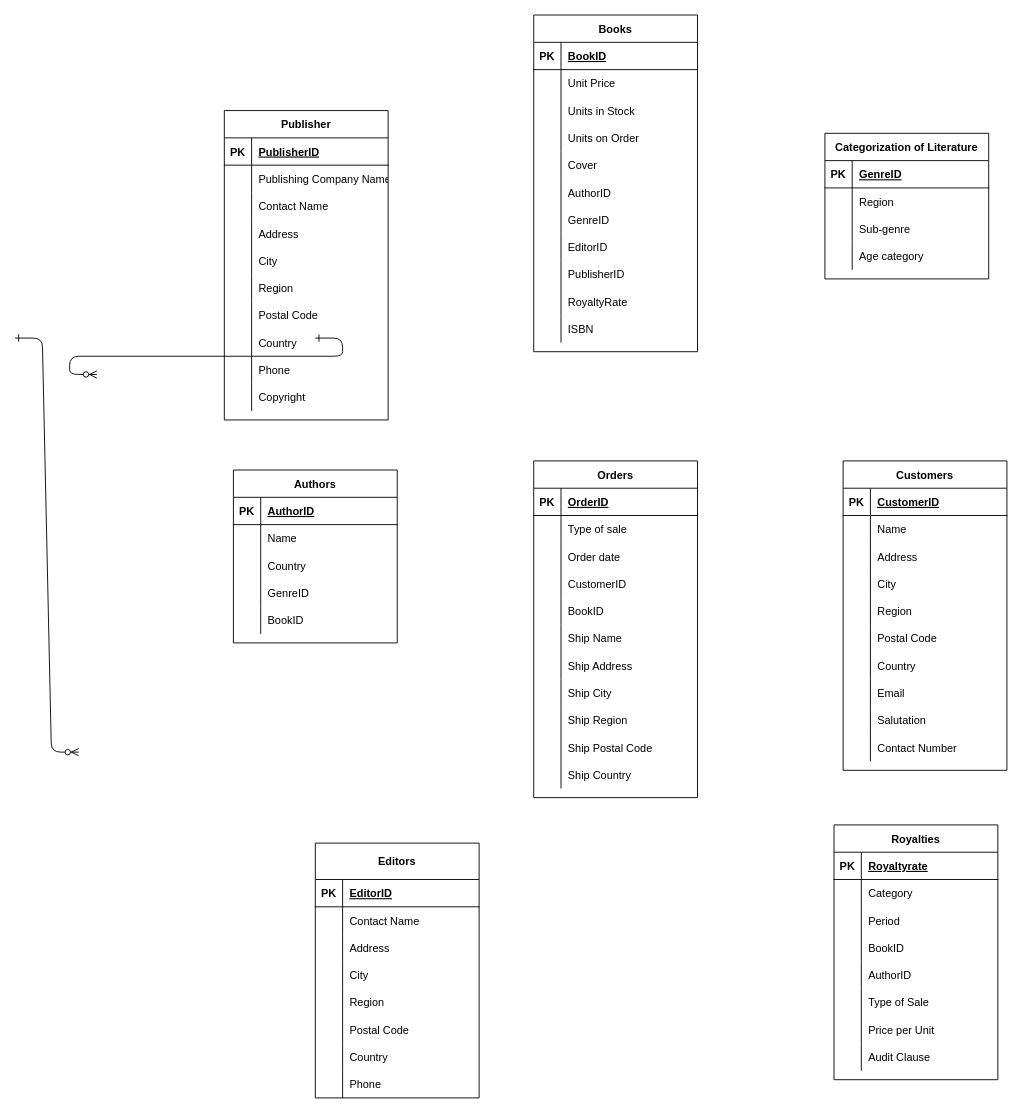
Above: Untitled Diagram.drawio in gabrielatorres7/hw-db-book-biz (draw.io), before the change. Source tidied: cells renumbered, new cells numbered last; positions are measured from the earlier drawing's top-left corner, leaving out a move shared by most shapes. Both pictures are drawn from the tidied source at 91%, with x=0, y=0 at pixel (15, 15).
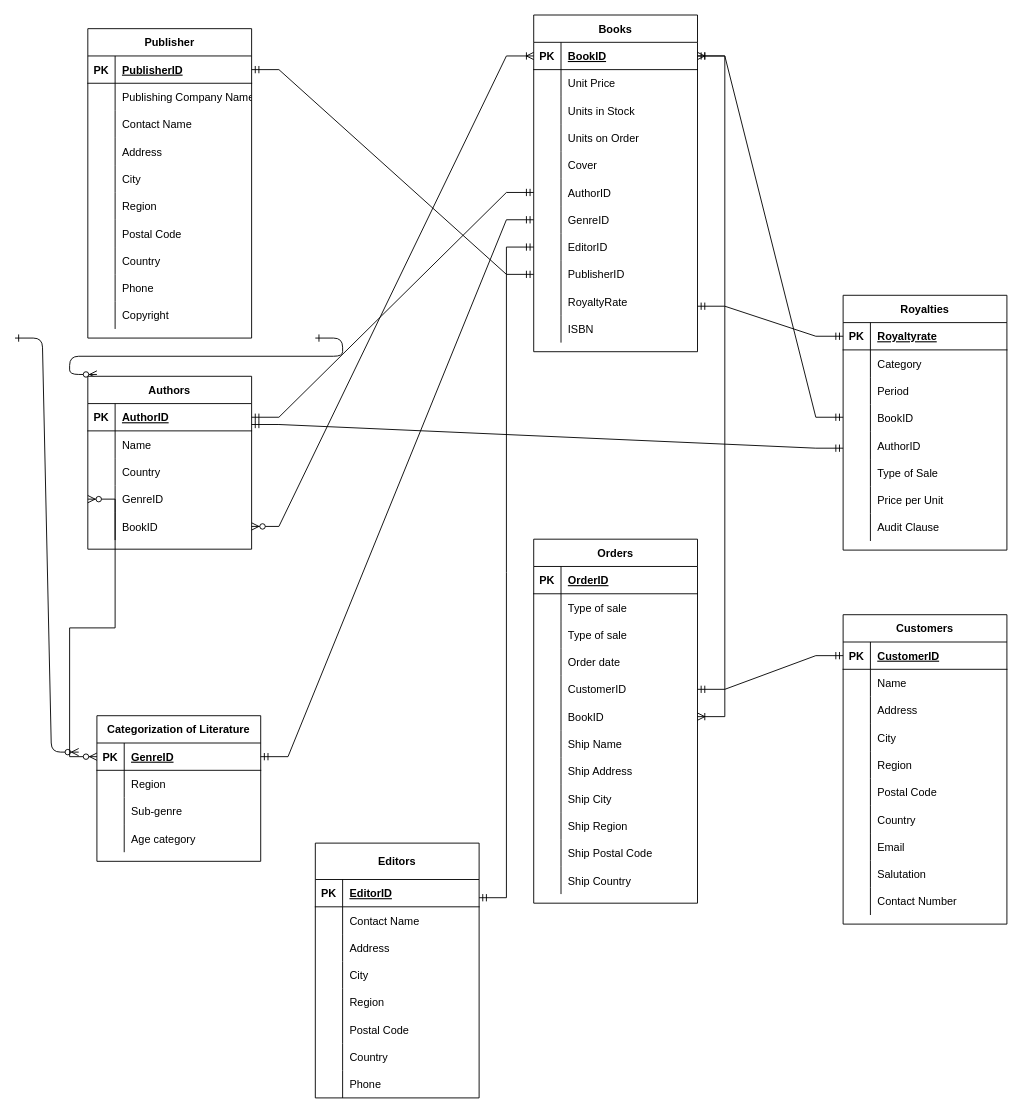
Above is the later version.

Commit message (it also covers changes not shown here):
Book Industry

Unchanged cells that the change refers to:
```xml
<mxCell id="5" style="shape=tableRow;horizontal=0;startSize=0;swimlaneHead=0;swimlaneBody=0;fillColor=none;points=[[0,0.5],[1,0.5]];portConstraint=eastwest;top=0;left=0;right=0;bottom=1;" parent="4" vertex="1">
  <mxGeometry y="30" width="180" height="30" as="geometry" />
</mxCell>
<mxCell id="36" style="shape=tableRow;horizontal=0;startSize=0;swimlaneHead=0;swimlaneBody=0;fillColor=none;points=[[0,0.5],[1,0.5]];portConstraint=eastwest;top=0;left=0;right=0;bottom=1;" parent="35" vertex="1">
  <mxGeometry y="30" width="180" height="30" as="geometry" />
</mxCell>
<mxCell id="51" style="shape=tableRow;horizontal=0;startSize=0;swimlaneHead=0;swimlaneBody=0;fillColor=none;points=[[0,0.5],[1,0.5]];portConstraint=eastwest;top=0;left=0;right=0;bottom=0;" parent="35" vertex="1">
  <mxGeometry y="180" width="180" height="30" as="geometry" />
</mxCell>
<mxCell id="54" style="shape=tableRow;horizontal=0;startSize=0;swimlaneHead=0;swimlaneBody=0;fillColor=none;points=[[0,0.5],[1,0.5]];portConstraint=eastwest;top=0;left=0;right=0;bottom=0;" parent="35" vertex="1">
  <mxGeometry y="210" width="180" height="30" as="geometry" />
</mxCell>
<mxCell id="57" style="shape=tableRow;horizontal=0;startSize=0;swimlaneHead=0;swimlaneBody=0;fillColor=none;points=[[0,0.5],[1,0.5]];portConstraint=eastwest;top=0;left=0;right=0;bottom=0;" parent="35" vertex="1">
  <mxGeometry y="240" width="180" height="30" as="geometry" />
</mxCell>
<mxCell id="60" style="shape=tableRow;horizontal=0;startSize=0;swimlaneHead=0;swimlaneBody=0;fillColor=none;points=[[0,0.5],[1,0.5]];portConstraint=eastwest;top=0;left=0;right=0;bottom=0;" parent="35" vertex="1">
  <mxGeometry y="270" width="180" height="30" as="geometry" />
</mxCell>
<mxCell id="70" style="shape=tableRow;horizontal=0;startSize=0;swimlaneHead=0;swimlaneBody=0;fillColor=none;points=[[0,0.5],[1,0.5]];portConstraint=eastwest;top=0;left=0;right=0;bottom=1;" parent="69" vertex="1">
  <mxGeometry y="30" width="180" height="30" as="geometry" />
</mxCell>
<mxCell id="101" style="shape=tableRow;horizontal=0;startSize=0;swimlaneHead=0;swimlaneBody=0;fillColor=none;points=[[0,0.5],[1,0.5]];portConstraint=eastwest;top=0;left=0;right=0;bottom=1;" parent="100" vertex="1">
  <mxGeometry y="30" width="180" height="30" as="geometry" />
</mxCell>
<mxCell id="110" style="shape=tableRow;horizontal=0;startSize=0;swimlaneHead=0;swimlaneBody=0;fillColor=none;points=[[0,0.5],[1,0.5]];portConstraint=eastwest;top=0;left=0;right=0;bottom=0;" parent="100" vertex="1">
  <mxGeometry y="120" width="180" height="30" as="geometry" />
</mxCell>
<mxCell id="113" style="shape=tableRow;horizontal=0;startSize=0;swimlaneHead=0;swimlaneBody=0;fillColor=none;points=[[0,0.5],[1,0.5]];portConstraint=eastwest;top=0;left=0;right=0;bottom=0;" parent="100" vertex="1">
  <mxGeometry y="150" width="180" height="30" as="geometry" />
</mxCell>
<mxCell id="151" style="shape=tableRow;horizontal=0;startSize=0;swimlaneHead=0;swimlaneBody=0;fillColor=none;points=[[0,0.5],[1,0.5]];portConstraint=eastwest;top=0;left=0;right=0;bottom=1;" parent="150" vertex="1">
  <mxGeometry y="30" width="180" height="30" as="geometry" />
</mxCell>
<mxCell id="189" style="shape=tableRow;horizontal=0;startSize=0;swimlaneHead=0;swimlaneBody=0;fillColor=none;points=[[0,0.5],[1,0.5]];portConstraint=eastwest;top=0;left=0;right=0;bottom=1;" parent="188" vertex="1">
  <mxGeometry y="30" width="180" height="30" as="geometry" />
</mxCell>
```

Change to the diagram source:
```diff
@@
     <mxCell id="4" value="Customers" style="shape=table;startSize=30;childLayout=tableLayout;rowLines=0;fontStyle=1;align=center;" parent="1" vertex="1">
-      <mxGeometry x="910" y="490" width="180" height="340" as="geometry" />
+      <mxGeometry x="910" y="659" width="180" height="340" as="geometry" />
     </mxCell>
@@
     <mxCell id="69" value="Publisher" style="shape=table;startSize=30;childLayout=tableLayout;rowLines=0;fontStyle=1;align=center;" parent="1" vertex="1">
-      <mxGeometry x="230" y="105" width="180" height="340" as="geometry" />
+      <mxGeometry x="80" y="15" width="180" height="340" as="geometry" />
     </mxCell>
@@
     <mxCell id="100" value="Authors" style="shape=table;startSize=30;childLayout=tableLayout;rowLines=0;fontStyle=1;align=center;" parent="1" vertex="1">
-      <mxGeometry x="240" y="500" width="180" height="190" as="geometry" />
+      <mxGeometry x="80" y="397" width="180" height="190" as="geometry" />
     </mxCell>
@@
     <mxCell id="116" value="Orders" style="shape=table;startSize=30;childLayout=tableLayout;rowLines=0;fontStyle=1;align=center;" parent="1" vertex="1">
-      <mxGeometry x="570" y="490" width="180" height="370" as="geometry" />
+      <mxGeometry x="570" y="576" width="180" height="400" as="geometry" />
     </mxCell>
@@
+    <mxCell id="213" style="shape=tableRow;horizontal=0;startSize=0;swimlaneHead=0;swimlaneBody=0;fillColor=none;top=0;left=0;right=0;bottom=0;" parent="116" vertex="1">
+      <mxGeometry y="90" width="180" height="30" as="geometry" />
+    </mxCell>
+    <mxCell id="214" style="shape=partialRectangle;fillColor=none;top=0;left=0;bottom=0;right=0;overflow=hidden;" parent="213" vertex="1">
+      <mxGeometry width="30" height="30" as="geometry" />
+    </mxCell>
+    <mxCell id="215" value="Type of sale" style="shape=partialRectangle;fillColor=none;top=0;left=0;bottom=0;right=0;align=left;spacingLeft=6;overflow=hidden;" parent="213" vertex="1">
+      <mxGeometry x="30" width="150" height="30" as="geometry" />
+    </mxCell>
     <mxCell id="123" style="shape=tableRow;horizontal=0;startSize=0;swimlaneHead=0;swimlaneBody=0;fillColor=none;top=0;left=0;right=0;bottom=0;" parent="116" vertex="1">
-      <mxGeometry y="90" width="180" height="30" as="geometry" />
+      <mxGeometry y="120" width="180" height="30" as="geometry" />
     </mxCell>
@@
     <mxCell id="126" style="shape=tableRow;horizontal=0;startSize=0;swimlaneHead=0;swimlaneBody=0;fillColor=none;points=[[0,0.5],[1,0.5]];portConstraint=eastwest;top=0;left=0;right=0;bottom=0;" parent="116" vertex="1">
-      <mxGeometry y="120" width="180" height="30" as="geometry" />
+      <mxGeometry y="150" width="180" height="30" as="geometry" />
     </mxCell>
@@
     <mxCell id="129" style="shape=tableRow;horizontal=0;startSize=0;swimlaneHead=0;swimlaneBody=0;fillColor=none;points=[[0,0.5],[1,0.5]];portConstraint=eastwest;top=0;left=0;right=0;bottom=0;" parent="116" vertex="1">
-      <mxGeometry y="150" width="180" height="30" as="geometry" />
+      <mxGeometry y="180" width="180" height="30" as="geometry" />
     </mxCell>
@@
     <mxCell id="132" style="shape=tableRow;horizontal=0;startSize=0;swimlaneHead=0;swimlaneBody=0;fillColor=none;top=0;left=0;right=0;bottom=0;" parent="116" vertex="1">
-      <mxGeometry y="180" width="180" height="30" as="geometry" />
+      <mxGeometry y="210" width="180" height="30" as="geometry" />
     </mxCell>
@@
     <mxCell id="135" style="shape=tableRow;horizontal=0;startSize=0;swimlaneHead=0;swimlaneBody=0;fillColor=none;top=0;left=0;right=0;bottom=0;" parent="116" vertex="1">
-      <mxGeometry y="210" width="180" height="30" as="geometry" />
+      <mxGeometry y="240" width="180" height="30" as="geometry" />
     </mxCell>
@@
     <mxCell id="138" style="shape=tableRow;horizontal=0;startSize=0;swimlaneHead=0;swimlaneBody=0;fillColor=none;top=0;left=0;right=0;bottom=0;" parent="116" vertex="1">
-      <mxGeometry y="240" width="180" height="30" as="geometry" />
+      <mxGeometry y="270" width="180" height="30" as="geometry" />
     </mxCell>
@@
     <mxCell id="141" style="shape=tableRow;horizontal=0;startSize=0;swimlaneHead=0;swimlaneBody=0;fillColor=none;top=0;left=0;right=0;bottom=0;" parent="116" vertex="1">
-      <mxGeometry y="270" width="180" height="30" as="geometry" />
+      <mxGeometry y="300" width="180" height="30" as="geometry" />
     </mxCell>
@@
     <mxCell id="144" style="shape=tableRow;horizontal=0;startSize=0;swimlaneHead=0;swimlaneBody=0;fillColor=none;top=0;left=0;right=0;bottom=0;" parent="116" vertex="1">
-      <mxGeometry y="300" width="180" height="30" as="geometry" />
+      <mxGeometry y="330" width="180" height="30" as="geometry" />
     </mxCell>
@@
     <mxCell id="147" style="shape=tableRow;horizontal=0;startSize=0;swimlaneHead=0;swimlaneBody=0;fillColor=none;top=0;left=0;right=0;bottom=0;" parent="116" vertex="1">
-      <mxGeometry y="330" width="180" height="30" as="geometry" />
+      <mxGeometry y="360" width="180" height="30" as="geometry" />
     </mxCell>
@@
     <mxCell id="150" value="Categorization of Literature" style="shape=table;startSize=30;childLayout=tableLayout;rowLines=0;fontStyle=1;align=center;" parent="1" vertex="1">
-      <mxGeometry x="890" y="130" width="180" height="160" as="geometry" />
+      <mxGeometry x="90" y="770" width="180" height="160" as="geometry" />
     </mxCell>
@@
     <mxCell id="188" value="Royalties" style="shape=table;startSize=30;childLayout=tableLayout;rowLines=0;fontStyle=1;align=center;" parent="1" vertex="1">
-      <mxGeometry x="900" y="890" width="180" height="280" as="geometry" />
+      <mxGeometry x="910" y="308" width="180" height="280" as="geometry" />
     </mxCell>
@@
+    <mxCell id="216" style="edgeStyle=entityRelationEdgeStyle;fontSize=12;html=1;endArrow=ERmandOne;startArrow=ERmandOne;rounded=0;entryX=0;entryY=0.5;entryDx=0;entryDy=0;exitX=1;exitY=0.5;exitDx=0;exitDy=0;" parent="1" edge="1" source="126" target="5">
+      <mxGeometry relative="1" as="geometry" />
+    </mxCell>
+    <mxCell id="217" style="edgeStyle=entityRelationEdgeStyle;fontSize=12;html=1;endArrow=ERoneToMany;startArrow=ERoneToMany;rounded=0;entryX=1;entryY=0.5;entryDx=0;entryDy=0;exitX=1;exitY=0.5;exitDx=0;exitDy=0;" parent="1" edge="1" source="129" target="36">
+      <mxGeometry relative="1" as="geometry" />
+    </mxCell>
+    <mxCell id="218" style="edgeStyle=entityRelationEdgeStyle;fontSize=12;html=1;endArrow=ERmandOne;startArrow=ERmandOne;rounded=0;entryX=1;entryY=0.5;entryDx=0;entryDy=0;exitX=0;exitY=0.5;exitDx=0;exitDy=0;" parent="1" edge="1" source="54" target="151">
+      <mxGeometry relative="1" as="geometry" />
+    </mxCell>
+    <mxCell id="219" style="edgeStyle=entityRelationEdgeStyle;fontSize=12;html=1;endArrow=ERmandOne;startArrow=ERmandOne;rounded=0;entryX=0;entryY=0.5;entryDx=0;entryDy=0;exitX=1;exitY=0.5;exitDx=0;exitDy=0;" parent="1" edge="1" source="101" target="51">
+      <mxGeometry relative="1" as="geometry" />
+    </mxCell>
+    <mxCell id="220" style="edgeStyle=entityRelationEdgeStyle;fontSize=12;html=1;endArrow=ERmandOne;startArrow=ERmandOne;rounded=0;entryX=0;entryY=0.5;entryDx=0;entryDy=0;exitX=1;exitY=0.5;exitDx=0;exitDy=0;" parent="1" edge="1" source="70" target="60">
+      <mxGeometry relative="1" as="geometry" />
+    </mxCell>
+    <mxCell id="221" style="edgeStyle=entityRelationEdgeStyle;fontSize=12;html=1;endArrow=ERmandOne;startArrow=ERmandOne;rounded=0;entryX=0;entryY=0.5;entryDx=0;entryDy=0;" parent="1" edge="1" target="57">
+      <mxGeometry relative="1" as="geometry">
+        <mxPoint x="510" y="970" as="sourcePoint" />
+      </mxGeometry>
+    </mxCell>
+    <mxCell id="222" style="edgeStyle=entityRelationEdgeStyle;fontSize=12;html=1;endArrow=ERmandOne;startArrow=ERmandOne;rounded=0;entryX=0;entryY=0.5;entryDx=0;entryDy=0;" parent="1" edge="1" target="189">
+      <mxGeometry relative="1" as="geometry">
+        <mxPoint x="750" y="320" as="sourcePoint" />
+      </mxGeometry>
+    </mxCell>
+    <mxCell id="223" style="edgeStyle=entityRelationEdgeStyle;fontSize=12;html=1;endArrow=ERoneToMany;startArrow=ERzeroToMany;rounded=0;entryX=0;entryY=0.5;entryDx=0;entryDy=0;exitX=1;exitY=0.5;exitDx=0;exitDy=0;" parent="1" edge="1" source="113" target="36">
+      <mxGeometry relative="1" as="geometry" />
+    </mxCell>
+    <mxCell id="224" style="edgeStyle=entityRelationEdgeStyle;fontSize=12;html=1;endArrow=ERzeroToMany;endFill=1;startArrow=ERzeroToMany;rounded=0;entryX=0;entryY=0.5;entryDx=0;entryDy=0;exitX=0;exitY=0.5;exitDx=0;exitDy=0;" parent="1" edge="1" source="110" target="151">
+      <mxGeometry relative="1" as="geometry" />
+    </mxCell>
+    <mxCell id="225" style="edgeStyle=entityRelationEdgeStyle;fontSize=12;html=1;endArrow=ERmandOne;startArrow=ERmandOne;rounded=0;" parent="1" edge="1">
+      <mxGeometry relative="1" as="geometry">
+        <mxPoint x="260" y="450" as="sourcePoint" />
+        <mxPoint x="910" y="476" as="targetPoint" />
+      </mxGeometry>
+    </mxCell>
+    <mxCell id="226" style="edgeStyle=entityRelationEdgeStyle;fontSize=12;html=1;endArrow=ERmandOne;startArrow=ERmandOne;rounded=0;exitX=1;exitY=0.5;exitDx=0;exitDy=0;" parent="1" edge="1" source="36">
+      <mxGeometry relative="1" as="geometry">
+        <mxPoint x="910" y="442" as="targetPoint" />
+      </mxGeometry>
+    </mxCell>
```
